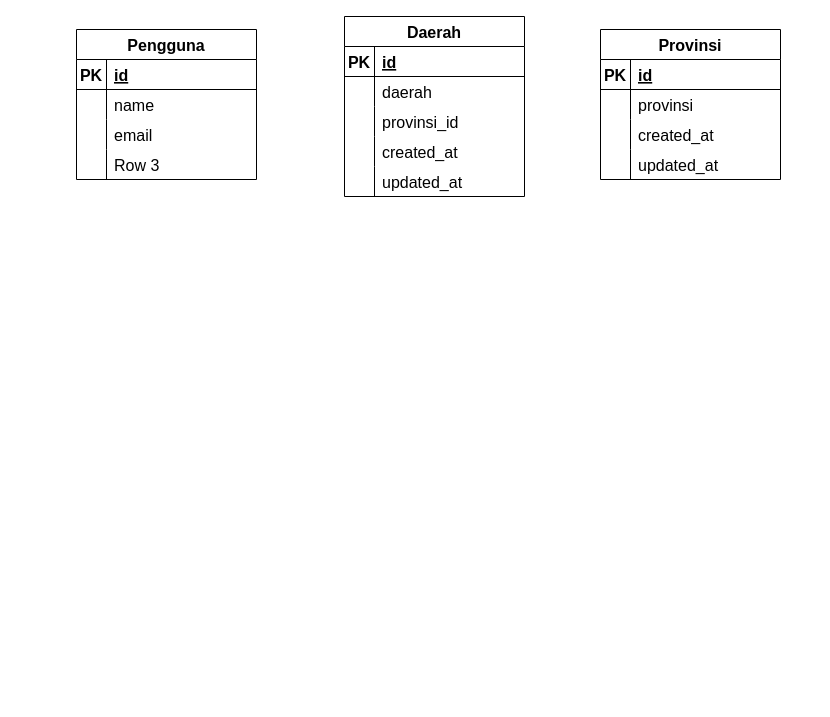
Above: diagram/Untitled Diagram.drawio in Yoga3911/ocq_diagram (draw.io), before the change. Source tidied: cells renumbered, new cells numbered last; positions are measured from the earlier drawing's top-left corner, leaving out a move shared by most shapes. Both pictures are drawn from the tidied source at 100%, with x=0, y=0 at pixel (76, 16).
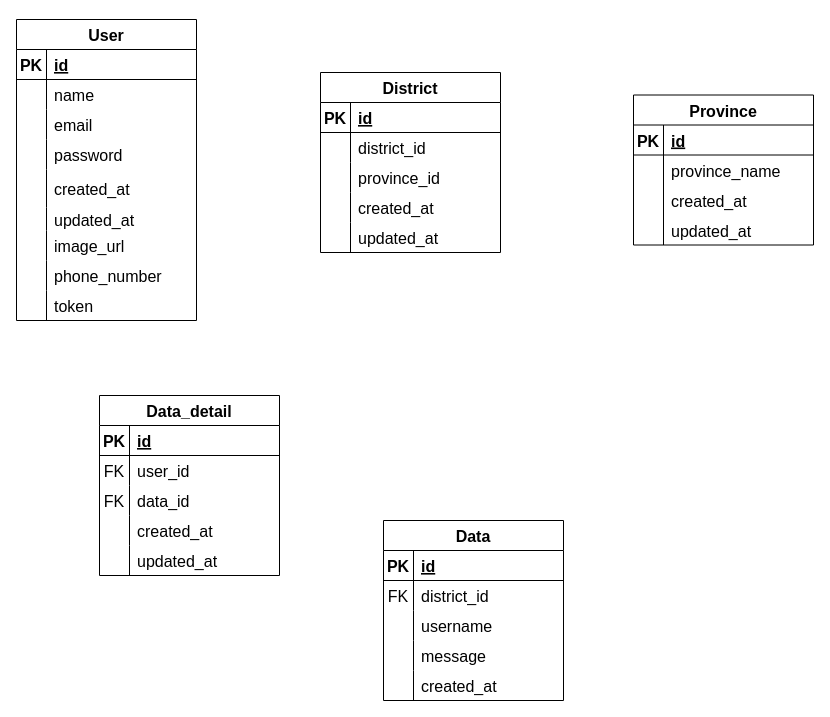
The same diagram, later.

The change refers to these unchanged cells:
```xml
<mxCell id="6" style="shape=tableRow;horizontal=0;startSize=0;swimlaneHead=0;swimlaneBody=0;fillColor=none;top=0;left=0;right=0;bottom=0;fontSize=16;" parent="2" vertex="1">
  <mxGeometry y="60" width="180" height="30" as="geometry" />
</mxCell>
<mxCell id="9" style="shape=tableRow;horizontal=0;startSize=0;swimlaneHead=0;swimlaneBody=0;fillColor=none;top=0;left=0;right=0;bottom=0;fontSize=16;" parent="2" vertex="1">
  <mxGeometry y="90" width="180" height="30" as="geometry" />
</mxCell>
<mxCell id="22" style="shape=tableRow;horizontal=0;startSize=0;swimlaneHead=0;swimlaneBody=0;fillColor=none;top=0;left=0;right=0;bottom=0;fontSize=16;" parent="18" vertex="1">
  <mxGeometry y="60" width="180" height="30" as="geometry" />
</mxCell>
<mxCell id="41" style="shape=tableRow;horizontal=0;startSize=0;swimlaneHead=0;swimlaneBody=0;fillColor=none;top=0;left=0;right=0;bottom=0;fontSize=16;" parent="31" vertex="1">
  <mxGeometry y="120" width="180" height="30" as="geometry" />
</mxCell>
```

The edit, as a diff of the source:
```diff
@@
-    <mxCell id="2" value="Daerah" style="shape=table;startSize=30;childLayout=tableLayout;rowLines=0;fontStyle=1;align=center;fontSize=16;" parent="1" vertex="1">
-      <mxGeometry x="268" width="180" height="180" as="geometry" />
+    <mxCell id="2" value="District" style="shape=table;startSize=30;childLayout=tableLayout;rowLines=0;fontStyle=1;align=center;fontSize=16;" parent="1" vertex="1">
+      <mxGeometry x="244" y="56" width="180" height="180" as="geometry" />
     </mxCell>
@@
-    <mxCell id="8" value="daerah" style="shape=partialRectangle;fillColor=none;top=0;left=0;bottom=0;right=0;align=left;spacingLeft=6;overflow=hidden;fontSize=16;" parent="6" vertex="1">
+    <mxCell id="8" value="district_id" style="shape=partialRectangle;fillColor=none;top=0;left=0;bottom=0;right=0;align=left;spacingLeft=6;overflow=hidden;fontSize=16;" parent="6" vertex="1">
       <mxGeometry x="30" width="150" height="30" as="geometry" />
     </mxCell>
@@
-    <mxCell id="11" value="provinsi_id" style="shape=partialRectangle;fillColor=none;top=0;left=0;bottom=0;right=0;align=left;spacingLeft=6;overflow=hidden;fontSize=16;" parent="9" vertex="1">
+    <mxCell id="11" value="province_id" style="shape=partialRectangle;fillColor=none;top=0;left=0;bottom=0;right=0;align=left;spacingLeft=6;overflow=hidden;fontSize=16;" parent="9" vertex="1">
       <mxGeometry x="30" width="150" height="30" as="geometry" />
     </mxCell>
@@
-    <mxCell id="18" value="Provinsi" style="shape=table;startSize=30;childLayout=tableLayout;rowLines=0;fontStyle=1;align=center;fontSize=16;" parent="1" vertex="1">
-      <mxGeometry x="524" y="13" width="180" height="150" as="geometry" />
+    <mxCell id="18" value="Province" style="shape=table;startSize=30;childLayout=tableLayout;rowLines=0;fontStyle=1;align=center;fontSize=16;" parent="1" vertex="1">
+      <mxGeometry x="557" y="78.5" width="180" height="150" as="geometry" />
     </mxCell>
@@
-    <mxCell id="24" value="provinsi" style="shape=partialRectangle;fillColor=none;top=0;left=0;bottom=0;right=0;align=left;spacingLeft=6;overflow=hidden;fontSize=16;" parent="22" vertex="1">
+    <mxCell id="24" value="province_name" style="shape=partialRectangle;fillColor=none;top=0;left=0;bottom=0;right=0;align=left;spacingLeft=6;overflow=hidden;fontSize=16;" parent="22" vertex="1">
       <mxGeometry x="30" width="150" height="30" as="geometry" />
     </mxCell>
@@
-    <mxCell id="31" value="Pengguna" style="shape=table;startSize=30;childLayout=tableLayout;rowLines=0;fontStyle=1;align=center;fontSize=16;" parent="1" vertex="1">
-      <mxGeometry y="13" width="180" height="150" as="geometry" />
+    <mxCell id="31" value="User" style="shape=table;startSize=30;childLayout=tableLayout;rowLines=0;fontStyle=1;align=center;fontSize=16;" parent="1" vertex="1">
+      <mxGeometry x="-60" y="3" width="180" height="301" as="geometry" />
     </mxCell>
@@
-    <mxCell id="43" value="Row 3" style="shape=partialRectangle;fillColor=none;top=0;left=0;bottom=0;right=0;align=left;spacingLeft=6;overflow=hidden;fontSize=16;" parent="41" vertex="1">
+    <mxCell id="43" value="password" style="shape=partialRectangle;fillColor=none;top=0;left=0;bottom=0;right=0;align=left;spacingLeft=6;overflow=hidden;fontSize=16;" parent="41" vertex="1">
       <mxGeometry x="30" width="150" height="30" as="geometry" />
     </mxCell>
+    <mxCell id="44" style="shape=tableRow;horizontal=0;startSize=0;swimlaneHead=0;swimlaneBody=0;fillColor=none;top=0;left=0;right=0;bottom=0;fontSize=16;" parent="31" vertex="1">
+      <mxGeometry y="150" width="180" height="38" as="geometry" />
+    </mxCell>
+    <mxCell id="45" style="shape=partialRectangle;fillColor=none;top=0;left=0;bottom=0;right=0;overflow=hidden;fontSize=16;" parent="44" vertex="1">
+      <mxGeometry width="30" height="38" as="geometry" />
+    </mxCell>
+    <mxCell id="46" value="created_at" style="shape=partialRectangle;fillColor=none;top=0;left=0;bottom=0;right=0;align=left;spacingLeft=6;overflow=hidden;fontSize=16;" parent="44" vertex="1">
+      <mxGeometry x="30" width="150" height="38" as="geometry" />
+    </mxCell>
+    <mxCell id="47" style="shape=tableRow;horizontal=0;startSize=0;swimlaneHead=0;swimlaneBody=0;fillColor=none;top=0;left=0;right=0;bottom=0;fontSize=16;" parent="31" vertex="1">
+      <mxGeometry y="188" width="180" height="23" as="geometry" />
+    </mxCell>
+    <mxCell id="48" style="shape=partialRectangle;fillColor=none;top=0;left=0;bottom=0;right=0;overflow=hidden;fontSize=16;" parent="47" vertex="1">
+      <mxGeometry width="30" height="23" as="geometry" />
+    </mxCell>
+    <mxCell id="49" value="updated_at" style="shape=partialRectangle;fillColor=none;top=0;left=0;bottom=0;right=0;align=left;spacingLeft=6;overflow=hidden;fontSize=16;" parent="47" vertex="1">
+      <mxGeometry x="30" width="150" height="23" as="geometry" />
+    </mxCell>
+    <mxCell id="50" style="shape=tableRow;horizontal=0;startSize=0;swimlaneHead=0;swimlaneBody=0;fillColor=none;top=0;left=0;right=0;bottom=0;fontSize=16;" parent="31" vertex="1">
+      <mxGeometry y="211" width="180" height="30" as="geometry" />
+    </mxCell>
+    <mxCell id="51" style="shape=partialRectangle;fillColor=none;top=0;left=0;bottom=0;right=0;overflow=hidden;fontSize=16;" parent="50" vertex="1">
+      <mxGeometry width="30" height="30" as="geometry" />
+    </mxCell>
+    <mxCell id="52" value="image_url" style="shape=partialRectangle;fillColor=none;top=0;left=0;bottom=0;right=0;align=left;spacingLeft=6;overflow=hidden;fontSize=16;" parent="50" vertex="1">
+      <mxGeometry x="30" width="150" height="30" as="geometry" />
+    </mxCell>
+    <mxCell id="53" style="shape=tableRow;horizontal=0;startSize=0;swimlaneHead=0;swimlaneBody=0;fillColor=none;top=0;left=0;right=0;bottom=0;fontSize=16;" parent="31" vertex="1">
+      <mxGeometry y="241" width="180" height="30" as="geometry" />
+    </mxCell>
+    <mxCell id="54" style="shape=partialRectangle;fillColor=none;top=0;left=0;bottom=0;right=0;overflow=hidden;fontSize=16;" parent="53" vertex="1">
+      <mxGeometry width="30" height="30" as="geometry" />
+    </mxCell>
+    <mxCell id="55" value="phone_number" style="shape=partialRectangle;fillColor=none;top=0;left=0;bottom=0;right=0;align=left;spacingLeft=6;overflow=hidden;fontSize=16;" parent="53" vertex="1">
+      <mxGeometry x="30" width="150" height="30" as="geometry" />
+    </mxCell>
+    <mxCell id="56" style="shape=tableRow;horizontal=0;startSize=0;swimlaneHead=0;swimlaneBody=0;fillColor=none;top=0;left=0;right=0;bottom=0;fontSize=16;" parent="31" vertex="1">
+      <mxGeometry y="271" width="180" height="30" as="geometry" />
+    </mxCell>
+    <mxCell id="57" style="shape=partialRectangle;fillColor=none;top=0;left=0;bottom=0;right=0;overflow=hidden;fontSize=16;" parent="56" vertex="1">
+      <mxGeometry width="30" height="30" as="geometry" />
+    </mxCell>
+    <mxCell id="58" value="token" style="shape=partialRectangle;fillColor=none;top=0;left=0;bottom=0;right=0;align=left;spacingLeft=6;overflow=hidden;fontSize=16;" parent="56" vertex="1">
+      <mxGeometry x="30" width="150" height="30" as="geometry" />
+    </mxCell>
+    <mxCell id="59" value="Data_detail" style="shape=table;startSize=30;childLayout=tableLayout;rowLines=0;fontStyle=1;align=center;fontSize=16;" parent="1" vertex="1">
+      <mxGeometry x="23" y="379" width="180" height="180" as="geometry" />
+    </mxCell>
+    <mxCell id="60" style="shape=tableRow;horizontal=0;startSize=0;swimlaneHead=0;swimlaneBody=0;fillColor=none;top=0;left=0;right=0;bottom=1;fontSize=16;" parent="59" vertex="1">
+      <mxGeometry y="30" width="180" height="30" as="geometry" />
+    </mxCell>
+    <mxCell id="61" value="PK" style="shape=partialRectangle;fillColor=none;top=0;left=0;bottom=0;right=0;fontStyle=1;overflow=hidden;fontSize=16;" parent="60" vertex="1">
+      <mxGeometry width="30" height="30" as="geometry" />
+    </mxCell>
+    <mxCell id="62" value="id" style="shape=partialRectangle;fillColor=none;top=0;left=0;bottom=0;right=0;align=left;spacingLeft=6;fontStyle=5;overflow=hidden;fontSize=16;" parent="60" vertex="1">
+      <mxGeometry x="30" width="150" height="30" as="geometry" />
+    </mxCell>
+    <mxCell id="63" style="shape=tableRow;horizontal=0;startSize=0;swimlaneHead=0;swimlaneBody=0;fillColor=none;top=0;left=0;right=0;bottom=0;fontSize=16;" parent="59" vertex="1">
+      <mxGeometry y="60" width="180" height="30" as="geometry" />
+    </mxCell>
+    <mxCell id="64" value="FK" style="shape=partialRectangle;fillColor=none;top=0;left=0;bottom=0;right=0;overflow=hidden;fontSize=16;" parent="63" vertex="1">
+      <mxGeometry width="30" height="30" as="geometry" />
+    </mxCell>
+    <mxCell id="65" value="user_id" style="shape=partialRectangle;fillColor=none;top=0;left=0;bottom=0;right=0;align=left;spacingLeft=6;overflow=hidden;fontSize=16;" parent="63" vertex="1">
+      <mxGeometry x="30" width="150" height="30" as="geometry" />
+    </mxCell>
+    <mxCell id="66" style="shape=tableRow;horizontal=0;startSize=0;swimlaneHead=0;swimlaneBody=0;fillColor=none;top=0;left=0;right=0;bottom=0;fontSize=16;" parent="59" vertex="1">
+      <mxGeometry y="90" width="180" height="30" as="geometry" />
+    </mxCell>
+    <mxCell id="67" value="FK" style="shape=partialRectangle;fillColor=none;top=0;left=0;bottom=0;right=0;overflow=hidden;fontSize=16;" parent="66" vertex="1">
+      <mxGeometry width="30" height="30" as="geometry" />
+    </mxCell>
+    <mxCell id="68" value="data_id" style="shape=partialRectangle;fillColor=none;top=0;left=0;bottom=0;right=0;align=left;spacingLeft=6;overflow=hidden;fontSize=16;" parent="66" vertex="1">
+      <mxGeometry x="30" width="150" height="30" as="geometry" />
+    </mxCell>
+    <mxCell id="69" style="shape=tableRow;horizontal=0;startSize=0;swimlaneHead=0;swimlaneBody=0;fillColor=none;top=0;left=0;right=0;bottom=0;fontSize=16;" parent="59" vertex="1">
+      <mxGeometry y="120" width="180" height="30" as="geometry" />
+    </mxCell>
+    <mxCell id="70" style="shape=partialRectangle;fillColor=none;top=0;left=0;bottom=0;right=0;overflow=hidden;fontSize=16;" parent="69" vertex="1">
+      <mxGeometry width="30" height="30" as="geometry" />
+    </mxCell>
+    <mxCell id="71" value="created_at" style="shape=partialRectangle;fillColor=none;top=0;left=0;bottom=0;right=0;align=left;spacingLeft=6;overflow=hidden;fontSize=16;" parent="69" vertex="1">
+      <mxGeometry x="30" width="150" height="30" as="geometry" />
+    </mxCell>
+    <mxCell id="72" style="shape=tableRow;horizontal=0;startSize=0;swimlaneHead=0;swimlaneBody=0;fillColor=none;top=0;left=0;right=0;bottom=0;fontSize=16;" parent="59" vertex="1">
+      <mxGeometry y="150" width="180" height="30" as="geometry" />
+    </mxCell>
+    <mxCell id="73" style="shape=partialRectangle;fillColor=none;top=0;left=0;bottom=0;right=0;overflow=hidden;fontSize=16;" parent="72" vertex="1">
+      <mxGeometry width="30" height="30" as="geometry" />
+    </mxCell>
+    <mxCell id="74" value="updated_at" style="shape=partialRectangle;fillColor=none;top=0;left=0;bottom=0;right=0;align=left;spacingLeft=6;overflow=hidden;fontSize=16;" parent="72" vertex="1">
+      <mxGeometry x="30" width="150" height="30" as="geometry" />
+    </mxCell>
+    <mxCell id="75" value="Data" style="shape=table;startSize=30;childLayout=tableLayout;rowLines=0;fontStyle=1;align=center;fontSize=16;" parent="1" vertex="1">
+      <mxGeometry x="307" y="504" width="180" height="180" as="geometry" />
+    </mxCell>
+    <mxCell id="76" style="shape=tableRow;horizontal=0;startSize=0;swimlaneHead=0;swimlaneBody=0;fillColor=none;top=0;left=0;right=0;bottom=1;fontSize=16;" parent="75" vertex="1">
+      <mxGeometry y="30" width="180" height="30" as="geometry" />
+    </mxCell>
+    <mxCell id="77" value="PK" style="shape=partialRectangle;fillColor=none;top=0;left=0;bottom=0;right=0;fontStyle=1;overflow=hidden;fontSize=16;" parent="76" vertex="1">
+      <mxGeometry width="30" height="30" as="geometry" />
+    </mxCell>
+    <mxCell id="78" value="id" style="shape=partialRectangle;fillColor=none;top=0;left=0;bottom=0;right=0;align=left;spacingLeft=6;fontStyle=5;overflow=hidden;fontSize=16;" parent="76" vertex="1">
+      <mxGeometry x="30" width="150" height="30" as="geometry" />
+    </mxCell>
+    <mxCell id="79" style="shape=tableRow;horizontal=0;startSize=0;swimlaneHead=0;swimlaneBody=0;fillColor=none;top=0;left=0;right=0;bottom=0;fontSize=16;" parent="75" vertex="1">
+      <mxGeometry y="60" width="180" height="30" as="geometry" />
+    </mxCell>
+    <mxCell id="80" value="FK" style="shape=partialRectangle;fillColor=none;top=0;left=0;bottom=0;right=0;overflow=hidden;fontSize=16;" parent="79" vertex="1">
+      <mxGeometry width="30" height="30" as="geometry" />
+    </mxCell>
+    <mxCell id="81" value="district_id" style="shape=partialRectangle;fillColor=none;top=0;left=0;bottom=0;right=0;align=left;spacingLeft=6;overflow=hidden;fontSize=16;" parent="79" vertex="1">
+      <mxGeometry x="30" width="150" height="30" as="geometry" />
+    </mxCell>
+    <mxCell id="82" style="shape=tableRow;horizontal=0;startSize=0;swimlaneHead=0;swimlaneBody=0;fillColor=none;top=0;left=0;right=0;bottom=0;fontSize=16;" parent="75" vertex="1">
+      <mxGeometry y="90" width="180" height="30" as="geometry" />
+    </mxCell>
+    <mxCell id="83" style="shape=partialRectangle;fillColor=none;top=0;left=0;bottom=0;right=0;overflow=hidden;fontSize=16;" parent="82" vertex="1">
+      <mxGeometry width="30" height="30" as="geometry" />
+    </mxCell>
+    <mxCell id="84" value="username" style="shape=partialRectangle;fillColor=none;top=0;left=0;bottom=0;right=0;align=left;spacingLeft=6;overflow=hidden;fontSize=16;" parent="82" vertex="1">
+      <mxGeometry x="30" width="150" height="30" as="geometry" />
+    </mxCell>
+    <mxCell id="85" style="shape=tableRow;horizontal=0;startSize=0;swimlaneHead=0;swimlaneBody=0;fillColor=none;top=0;left=0;right=0;bottom=0;fontSize=16;" parent="75" vertex="1">
+      <mxGeometry y="120" width="180" height="30" as="geometry" />
+    </mxCell>
+    <mxCell id="86" style="shape=partialRectangle;fillColor=none;top=0;left=0;bottom=0;right=0;overflow=hidden;fontSize=16;" parent="85" vertex="1">
+      <mxGeometry width="30" height="30" as="geometry" />
+    </mxCell>
+    <mxCell id="87" value="message" style="shape=partialRectangle;fillColor=none;top=0;left=0;bottom=0;right=0;align=left;spacingLeft=6;overflow=hidden;fontSize=16;" parent="85" vertex="1">
+      <mxGeometry x="30" width="150" height="30" as="geometry" />
+    </mxCell>
+    <mxCell id="88" style="shape=tableRow;horizontal=0;startSize=0;swimlaneHead=0;swimlaneBody=0;fillColor=none;top=0;left=0;right=0;bottom=0;fontSize=16;" parent="75" vertex="1">
+      <mxGeometry y="150" width="180" height="30" as="geometry" />
+    </mxCell>
+    <mxCell id="89" style="shape=partialRectangle;fillColor=none;top=0;left=0;bottom=0;right=0;overflow=hidden;fontSize=16;" parent="88" vertex="1">
+      <mxGeometry width="30" height="30" as="geometry" />
+    </mxCell>
+    <mxCell id="90" value="created_at" style="shape=partialRectangle;fillColor=none;top=0;left=0;bottom=0;right=0;align=left;spacingLeft=6;overflow=hidden;fontSize=16;" parent="88" vertex="1">
+      <mxGeometry x="30" width="150" height="30" as="geometry" />
+    </mxCell>
```
